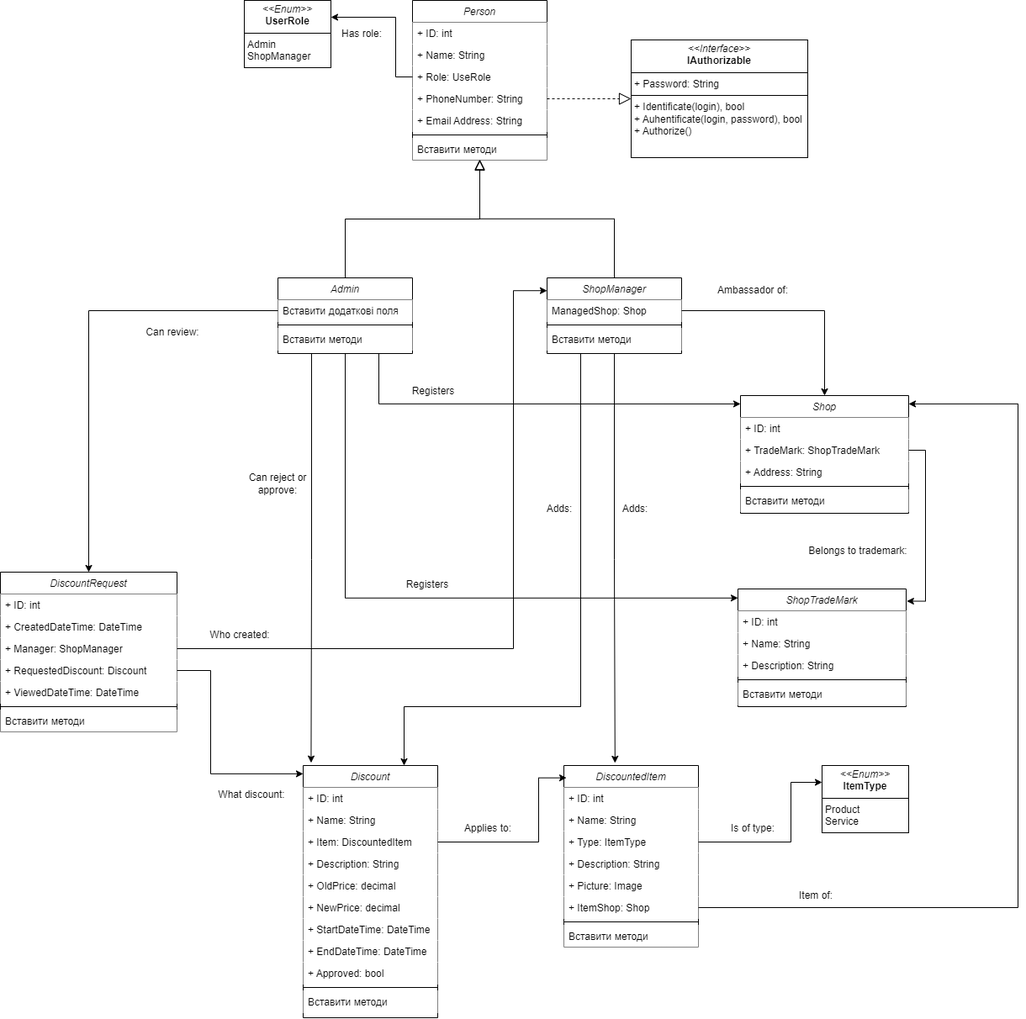
Before: doc/Класи предметної області.png, a diagram exported from draw.io (Heugene/OOP-Coursework). Source tidied: cells renumbered, new cells last; positions are measured from the earlier drawing's top-left corner, leaving out a move shared by most shapes.
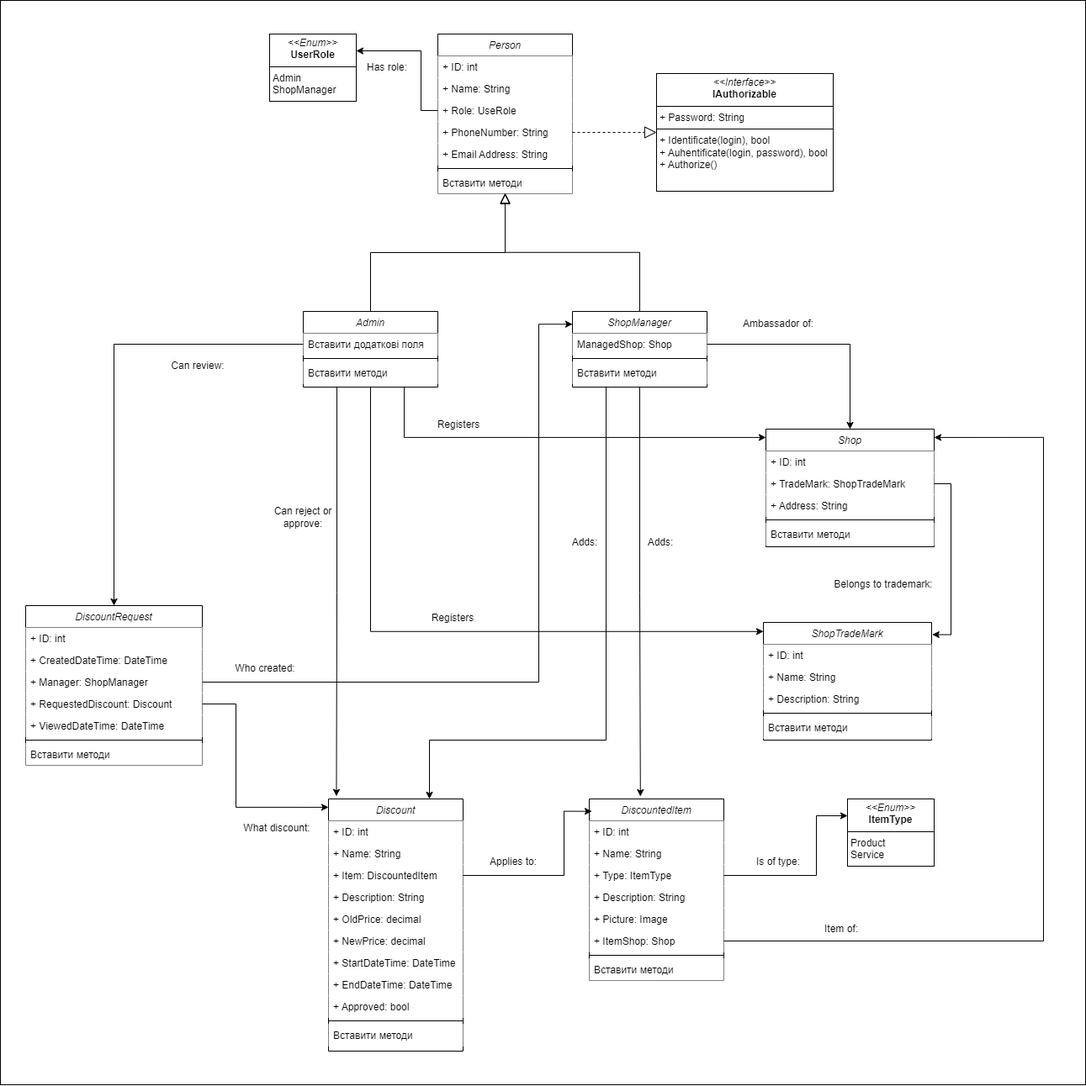
The same file after the commit.

Commit message:
updated main entities diagram

Change to the diagram source:
```diff
@@ -2,6 +2,9 @@
   <root>
     <mxCell id="0" />
     <mxCell id="1" parent="0" />
+    <mxCell id="93" style="rounded=0;whiteSpace=wrap;html=1;fillColor=#FFFFFF;" parent="1" vertex="1">
+      <mxGeometry x="-30" y="-40" width="1290" height="1290" as="geometry" />
+    </mxCell>
     <mxCell id="2" value="Person" style="swimlane;fontStyle=2;align=center;verticalAlign=top;horizontal=1;startSize=26;rounded=0;shadow=0;strokeWidth=1;fillColor=#FFFFFF;" parent="1" vertex="1">
       <mxGeometry x="490" width="160" height="190" as="geometry" />
     </mxCell>
```
